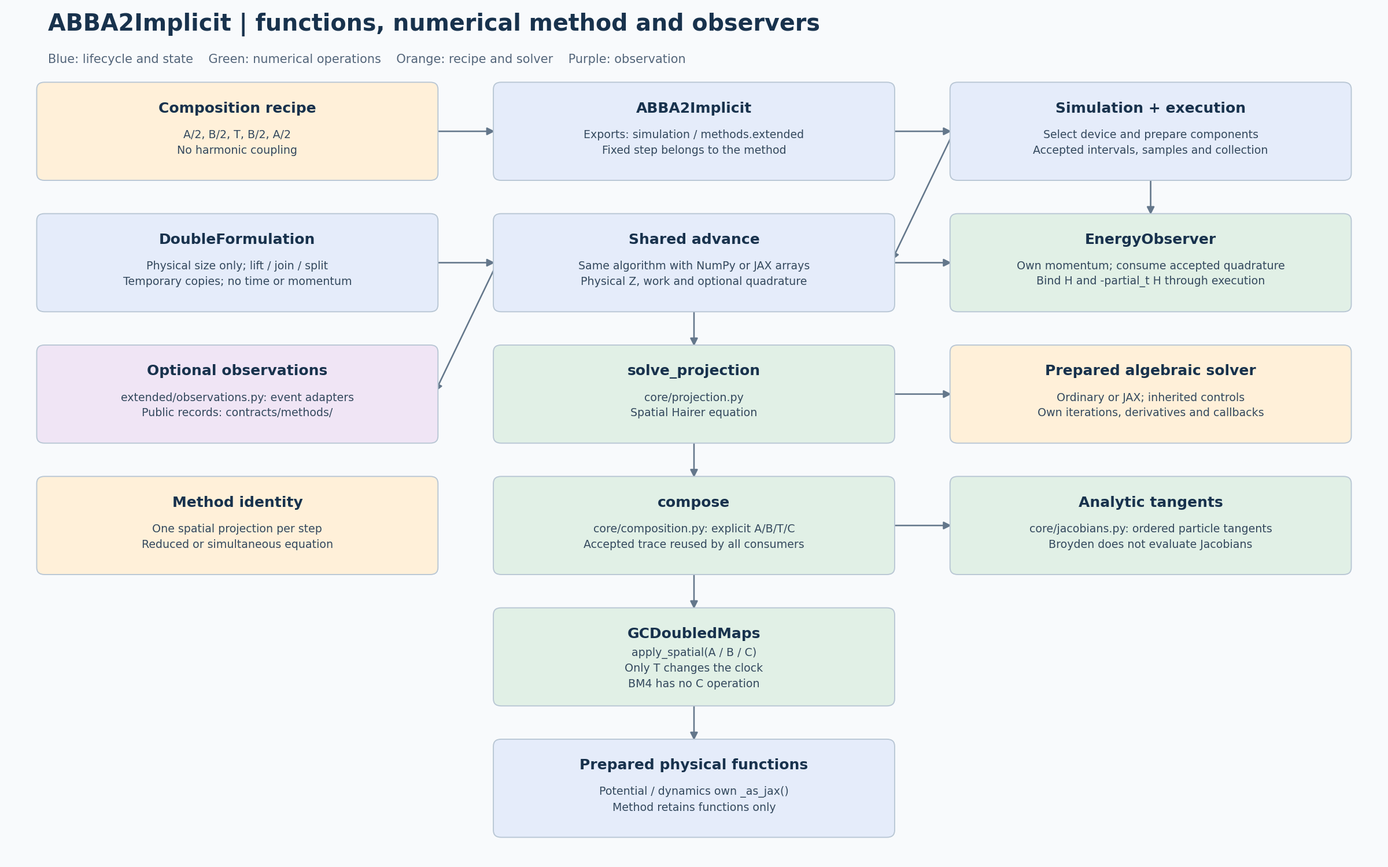
The PlantUML diagram docs/models/abba2-implicit/simulation/abba2-implicit-simulation-architecture.png in Jugibe-52/GC2D_intranet, before a commit. Its source is kept beside it as docs/models/abba2-implicit/simulation/abba2-implicit-simulation-architecture.puml.
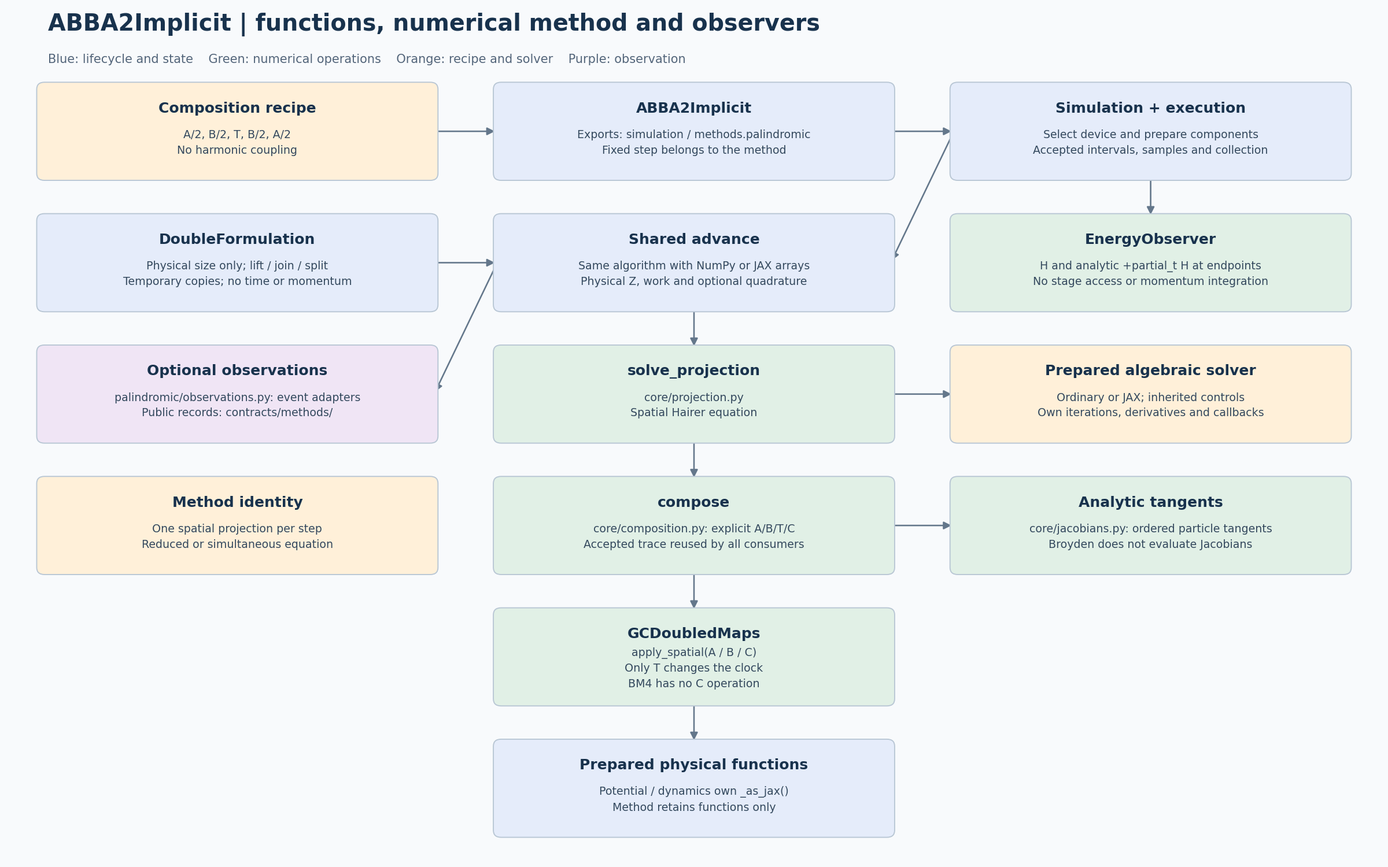
After the commit.

Diff of the diagram source:
```diff
@@ -3,12 +3,12 @@
   graph [rankdir=TB, bgcolor="#f8fafc"];
   node [shape=box, style="rounded,filled", fontname="DejaVu Sans"];
   recipe [label="Composition recipe\nA/2, B/2, T, B/2, A/2\nNo harmonic coupling", fillcolor="#fff0d9"];
-  method [label="ABBA2Implicit\nExports: simulation / methods.extended\nFixed step belongs to the method", fillcolor="#e5ecfa"];
+  method [label="ABBA2Implicit\nExports: simulation / methods.palindromic\nFixed step belongs to the method", fillcolor="#e5ecfa"];
   driver [label="Simulation + execution\nSelect device and prepare components\nAccepted intervals, samples and collection", fillcolor="#e5ecfa"];
   state [label="DoubleFormulation\nPhysical size only; lift / join / split\nTemporary copies; no time or momentum", fillcolor="#e5ecfa"];
   advance [label="Shared advance\nSame algorithm with NumPy or JAX arrays\nPhysical Z, work and optional quadrature", fillcolor="#e5ecfa"];
-  energy [label="EnergyObserver\nOwn momentum; consume accepted quadrature\nBind H and -partial_t H through execution", fillcolor="#e1f0e6"];
-  observe [label="Optional observations\nextended/observations.py: event adapters\nPublic records: contracts/methods/", fillcolor="#f0e5f5"];
+  energy [label="EnergyObserver\nH and analytic +partial_t H at endpoints\nNo stage access or momentum integration", fillcolor="#e1f0e6"];
+  observe [label="Optional observations\npalindromic/observations.py: event adapters\nPublic records: contracts/methods/", fillcolor="#f0e5f5"];
   projection [label="solve_projection\ncore/projection.py\nSpatial Hairer equation", fillcolor="#e1f0e6"];
   solver [label="Prepared algebraic solver\nOrdinary or JAX; inherited controls\nOwn iterations, derivatives and callbacks", fillcolor="#fff0d9"];
   placement [label="Method identity\nOne spatial projection per step\nReduced or simultaneous equation", fillcolor="#fff0d9"];
@@ -22,7 +22,6 @@
   state -> advance;
   advance -> projection;
   driver -> energy;
-  advance -> energy;
   advance -> observe;
   projection -> compose;
   projection -> solver;
```
